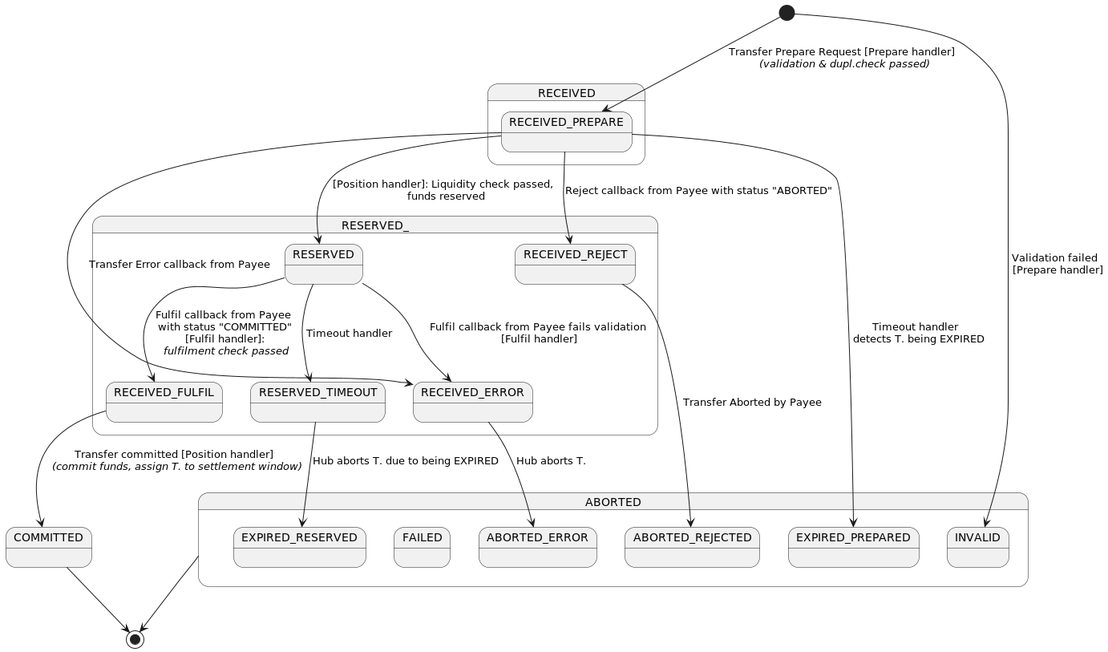
The PlantUML diagram documentation/state-diagrams/transfer-internal-states-diagram.png in mojaloop/central-ledger, before a commit.
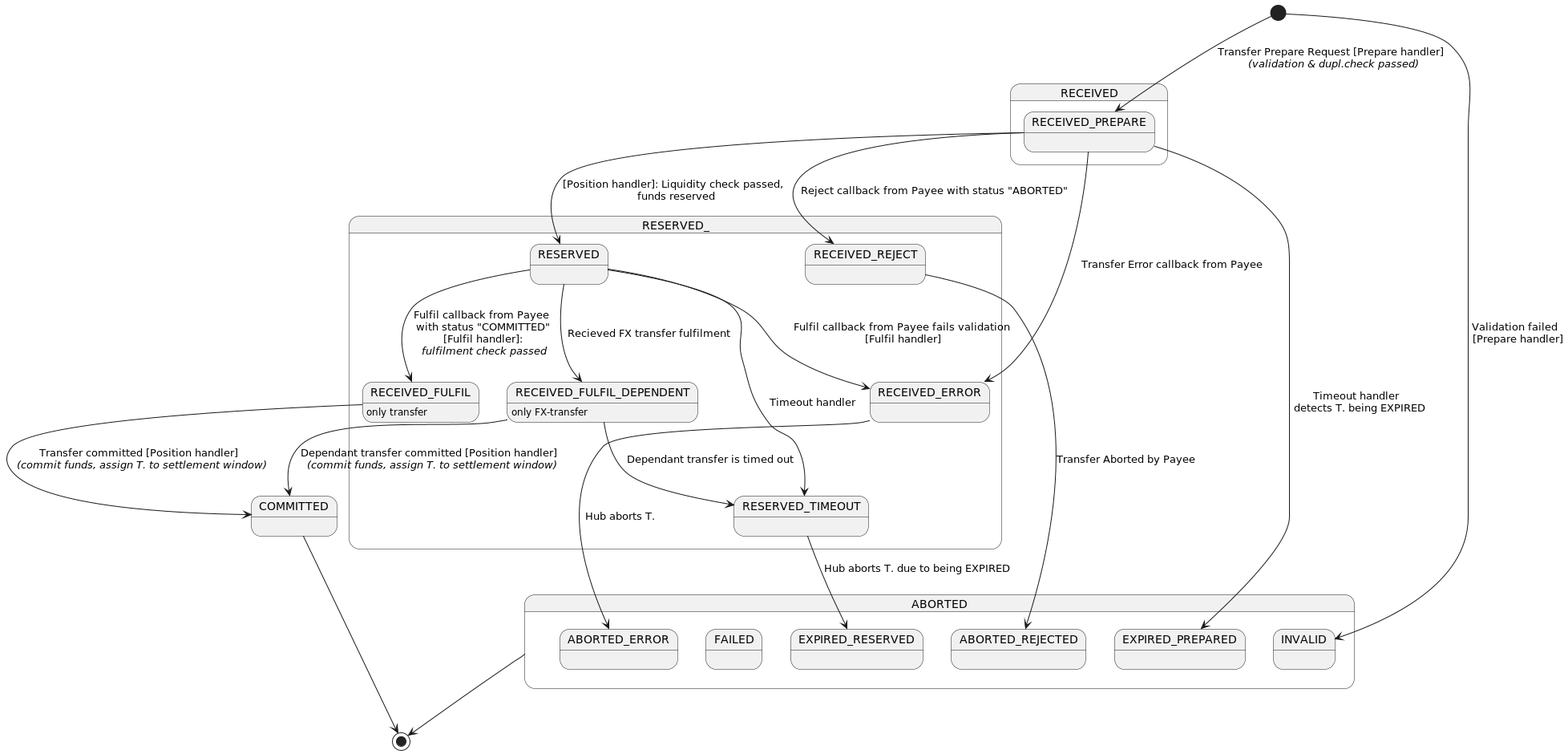
Later version of the same file.

Commit message:
feat(mojaloop/#3818): finalize FX timeout diagrams

Change to the diagram source:
```diff
@@ -9,6 +9,8 @@
   state RESERVED {
   }
   state RECEIVED_FULFIL {
+  }
+  state RECEIVED_FULFIL_DEPENDENT {
   }
   state RESERVED_TIMEOUT {
   }
@@ -36,6 +38,9 @@
   }
 }
 
+RECEIVED_FULFIL_DEPENDENT : only FX-transfer
+RECEIVED_FULFIL : only transfer
+
 [*] --> RECEIVED_PREPARE : Transfer Prepare Request [Prepare handler] \n <i>(validation & dupl.check passed)</i>
 [*] --> INVALID : Validation failed \n [Prepare handler]
 RECEIVED_PREPARE --> RESERVED : [Position handler]: Liquidity check passed, \n funds reserved
@@ -53,6 +58,10 @@
 RESERVED --> RESERVED_TIMEOUT : Timeout handler
 RESERVED_TIMEOUT --> EXPIRED_RESERVED : Hub aborts T. due to being EXPIRED
 
+RESERVED --> RECEIVED_FULFIL_DEPENDENT : Recieved FX transfer fulfilment
+RECEIVED_FULFIL_DEPENDENT --> COMMITTED : Dependant transfer committed [Position handler] \n <i>(commit funds, assign T. to settlement window)</i>
+RECEIVED_FULFIL_DEPENDENT --> RESERVED_TIMEOUT : Dependant transfer is timed out
+
 COMMITTED --> [*]
 ABORTED --> [*]
 
```
